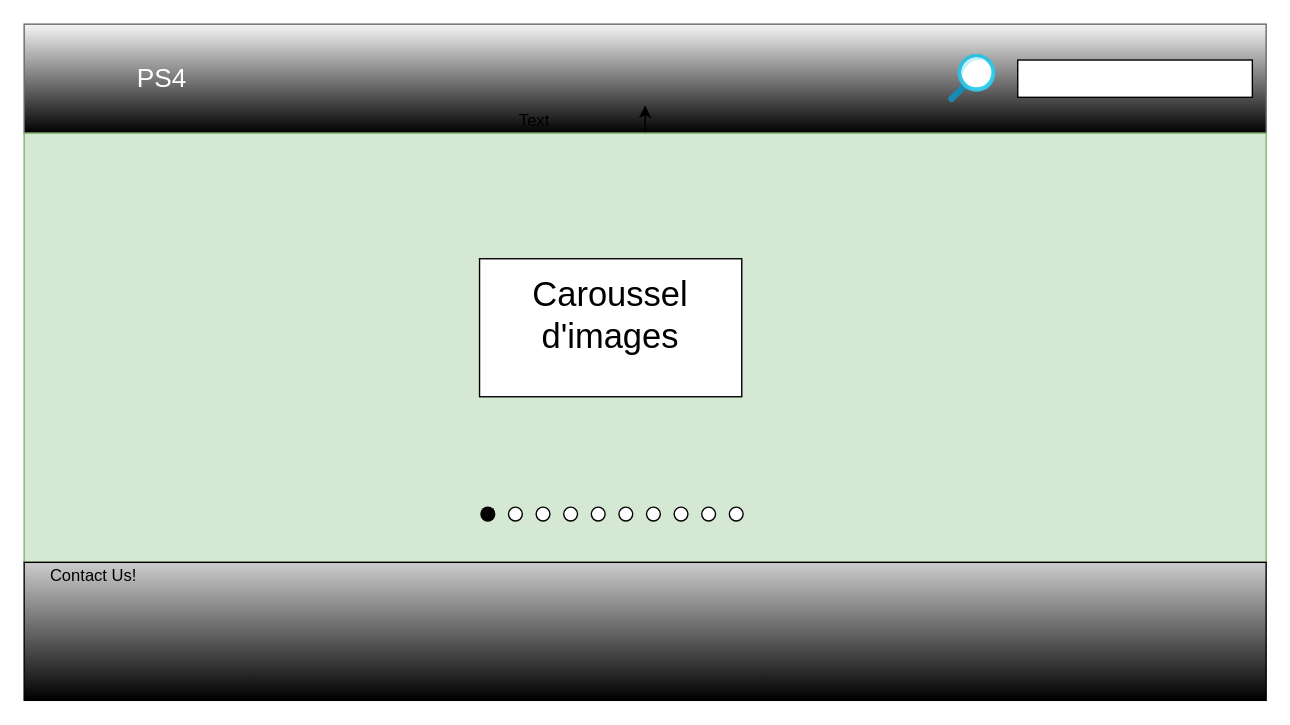
Before: Untitled Diagram.drawio in At0micA55/school_stuff, a draw.io diagram. Source tidied: cells renumbered, new cells numbered last; positions are measured from the earlier drawing's top-left corner, leaving out a move shared by most shapes. Both pictures are drawn from the tidied source at 138%, with x=0, y=0 at pixel (23, 23). Pictures stored in the file or linked from it are replaced by grey dashed boxes.
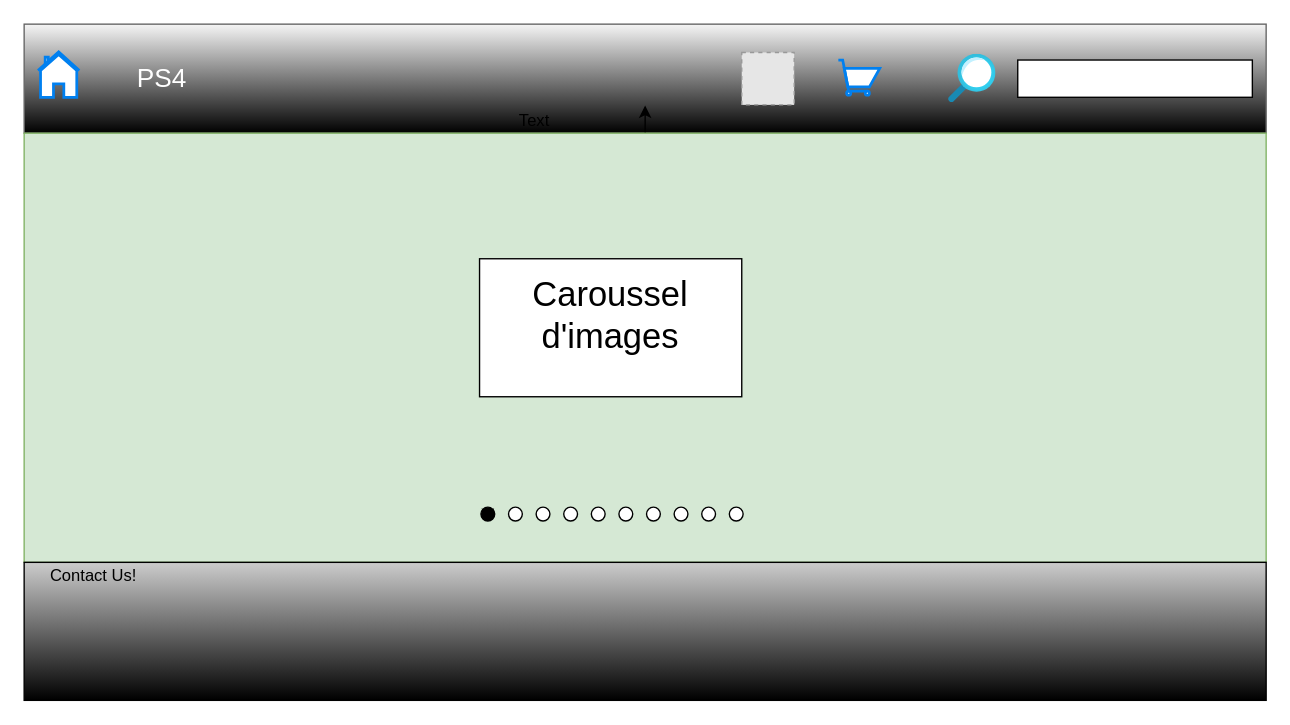
The same page after the edit.

What changed in the source:
```diff
@@
+    <mxCell id="25" style="html=1;verticalLabelPosition=bottom;align=center;labelBackgroundColor=#ffffff;verticalAlign=top;strokeWidth=2;strokeColor=#0080F0;shadow=0;dashed=0;shape=mxgraph.ios7.icons.home;fillColor=#FFFFFF;gradientColor=none;" parent="1" vertex="1">
+      <mxGeometry x="10" y="20" width="30" height="33" as="geometry" />
+    </mxCell>
@@
+    <mxCell id="26" style="html=1;verticalLabelPosition=bottom;align=center;labelBackgroundColor=#ffffff;verticalAlign=top;strokeWidth=2;strokeColor=#0080F0;shadow=0;dashed=0;shape=mxgraph.ios7.icons.shopping_cart;fillColor=#FFFFFF;gradientColor=none;" parent="1" vertex="1">
+      <mxGeometry x="590" y="26" width="30" height="25.5" as="geometry" />
+    </mxCell>
+    <mxCell id="27" style="fillColor=#E6E6E6;strokeColor=#999999;dashed=1;html=1;verticalAlign=top;verticalLabelPosition=bottom;labelBackgroundColor=#ffffff;" parent="1" vertex="1">
+      <mxGeometry x="520" y="20.5" width="38" height="38" as="geometry" />
+    </mxCell>
```
